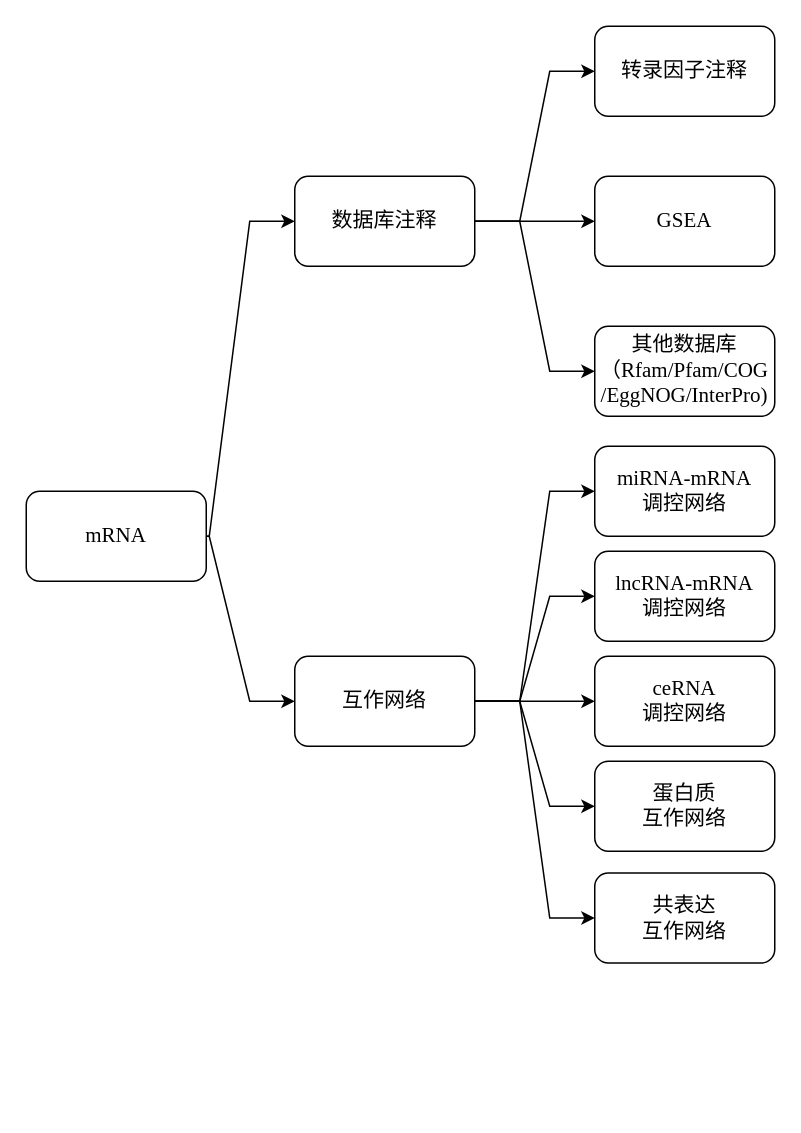
gnilihzeux/Bioinformatics_Pipeline keeps this draw.io diagram as page "mRNA分析" (2 of 4) of RNA-seq常规分析流程.drawio. Above is the earlier version. Source tidied: cells renumbered, new cells numbered last; positions are measured from the earlier drawing's top-left corner, leaving out a move shared by most shapes. Both pictures are drawn from the tidied source at 150%, with x=0, y=0 at pixel (26, 26).
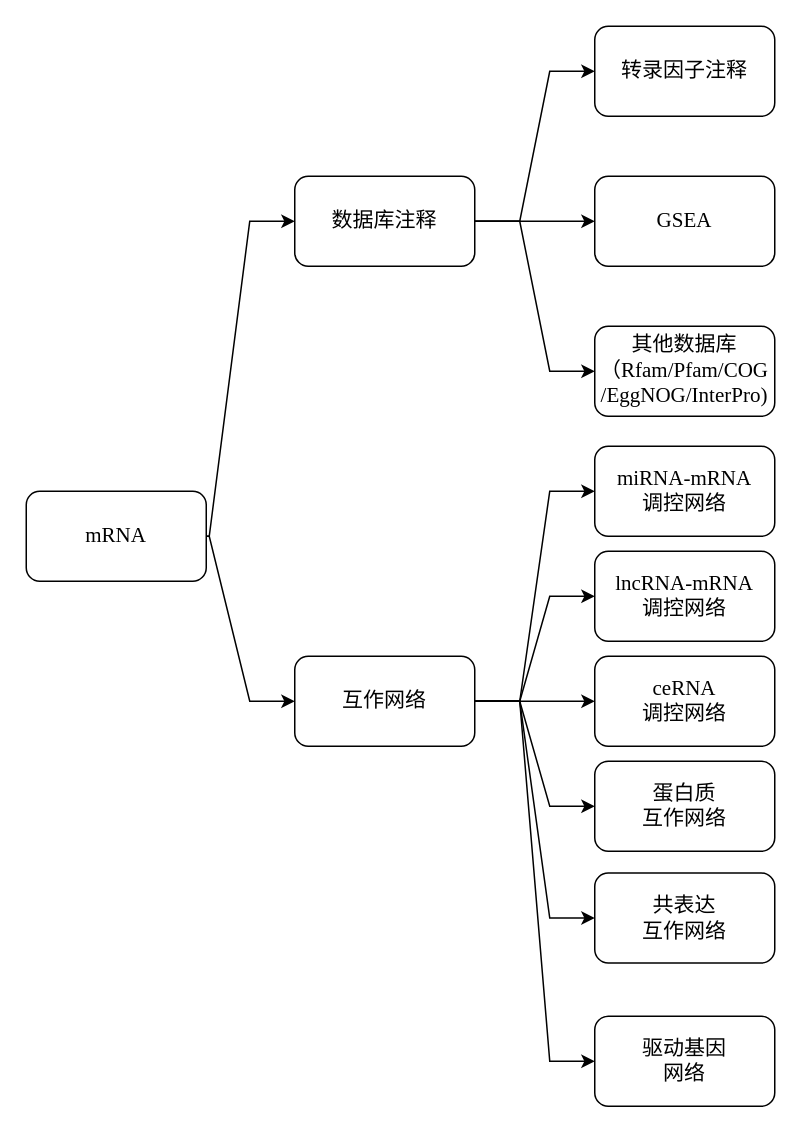
After the change.

The change refers to these unchanged cells:
```xml
<mxCell id="14" value="互作网络" style="whiteSpace=wrap;html=1;fontSize=14;fontFamily=Times New Roman;rounded=1;" parent="1" vertex="1">
  <mxGeometry x="179" y="420" width="120" height="60" as="geometry" />
</mxCell>
```

Diff of the diagram source:
```diff
@@
+    <mxCell id="23" style="edgeStyle=entityRelationEdgeStyle;shape=connector;rounded=0;jumpStyle=none;jumpSize=6;jettySize=auto;html=1;labelBackgroundColor=default;fontFamily=Times New Roman;fontSize=14;fontColor=default;endArrow=classic;endSize=6;targetPerimeterSpacing=0;strokeColor=default;" parent="1" edge="1" source="14" target="24">
+      <mxGeometry relative="1" as="geometry" />
+    </mxCell>
@@
+    <mxCell id="24" value="驱动基因&lt;br&gt;网络" style="whiteSpace=wrap;html=1;fontSize=14;fontFamily=Times New Roman;rounded=1;" parent="1" vertex="1">
+      <mxGeometry x="379" y="660" width="120" height="60" as="geometry" />
+    </mxCell>
```
